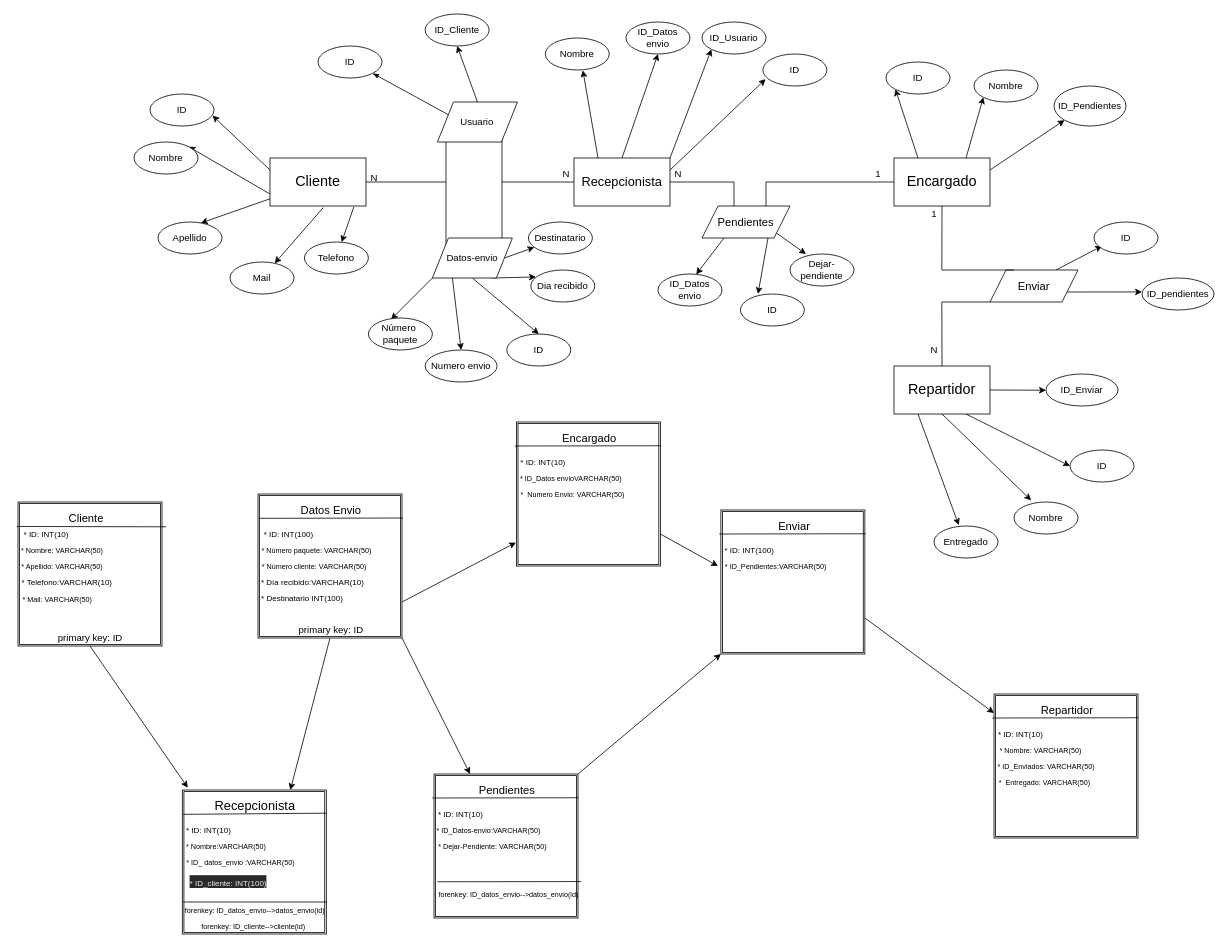
This is mer_V2.drawio from mateovillaa11/Proyecto_FindeA-o, a draw.io file, before an edit. Source tidied: cells renumbered, new cells numbered last; positions are measured from the earlier drawing's top-left corner, leaving out a move shared by most shapes. Both pictures are drawn from the tidied source at 80%, with x=0, y=0 at pixel (14, 14).
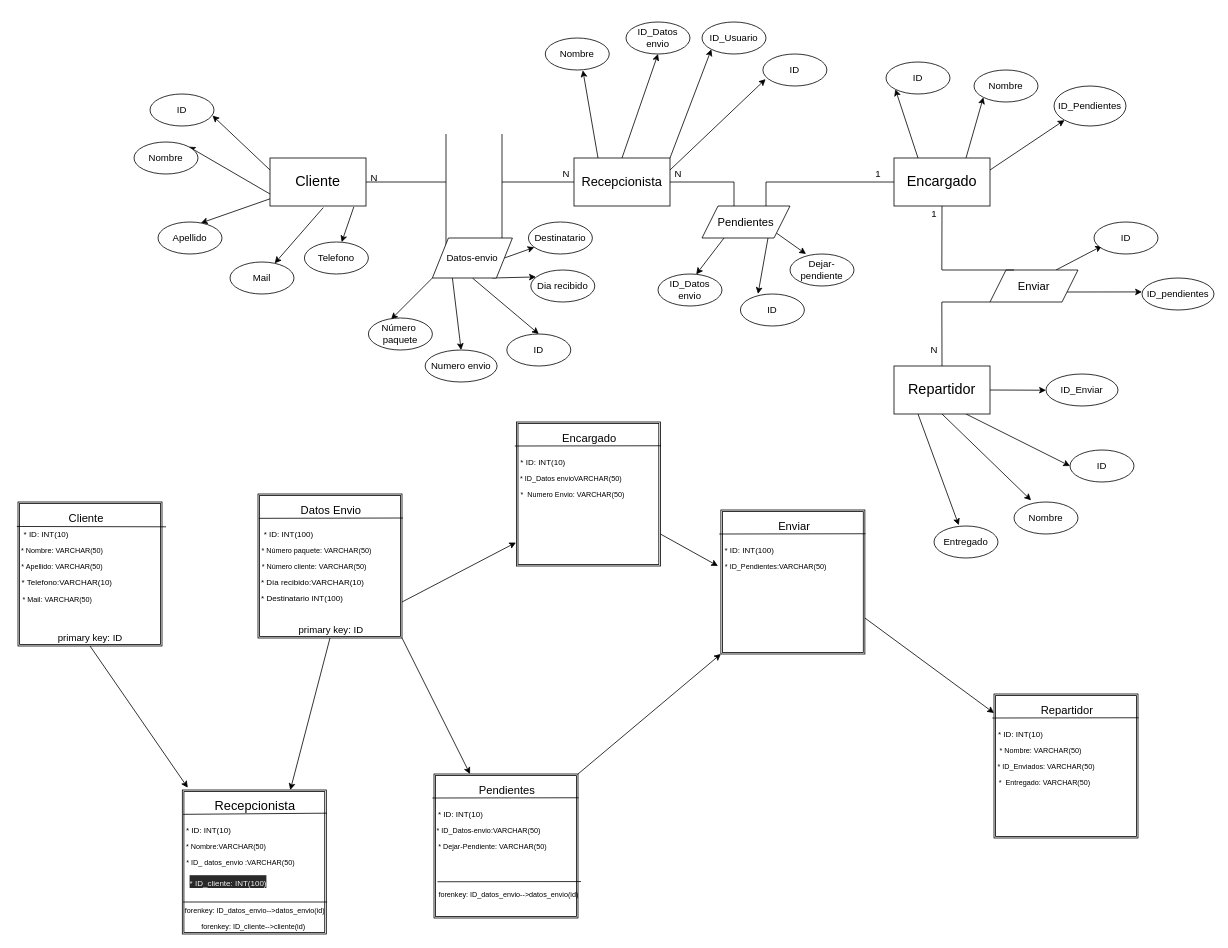
After the change.

Change to the diagram source:
```diff
@@
-    <mxCell id="52" style="edgeStyle=none;html=1;exitX=0.5;exitY=0;exitDx=0;exitDy=0;entryX=0.5;entryY=1;entryDx=0;entryDy=0;" parent="1" edge="1" source="54" target="57">
-      <mxGeometry relative="1" as="geometry" />
-    </mxCell>
-    <mxCell id="53" style="edgeStyle=none;rounded=1;html=1;exitX=0;exitY=0.25;exitDx=0;exitDy=0;fontSize=14;startArrow=none;startFill=0;endArrow=classicThin;endFill=1;entryX=1;entryY=1;entryDx=0;entryDy=0;" parent="1" edge="1" source="54" target="90">
-      <mxGeometry relative="1" as="geometry" />
-    </mxCell>
-    <mxCell id="54" value="Usuario" style="shape=parallelogram;perimeter=parallelogramPerimeter;whiteSpace=wrap;html=1;fixedSize=1;" parent="1" vertex="1">
-      <mxGeometry x="529.3" y="110" width="100" height="50" as="geometry" />
-    </mxCell>
@@
-    <mxCell id="57" value="ID_Cliente" style="ellipse;whiteSpace=wrap;html=1;" parent="1" vertex="1">
-      <mxGeometry x="513.9" width="80" height="40" as="geometry" />
-    </mxCell>
@@
-    <mxCell id="90" value="ID" style="ellipse;whiteSpace=wrap;html=1;" parent="1" vertex="1">
-      <mxGeometry x="380" y="40" width="80" height="40" as="geometry" />
-    </mxCell>
```
